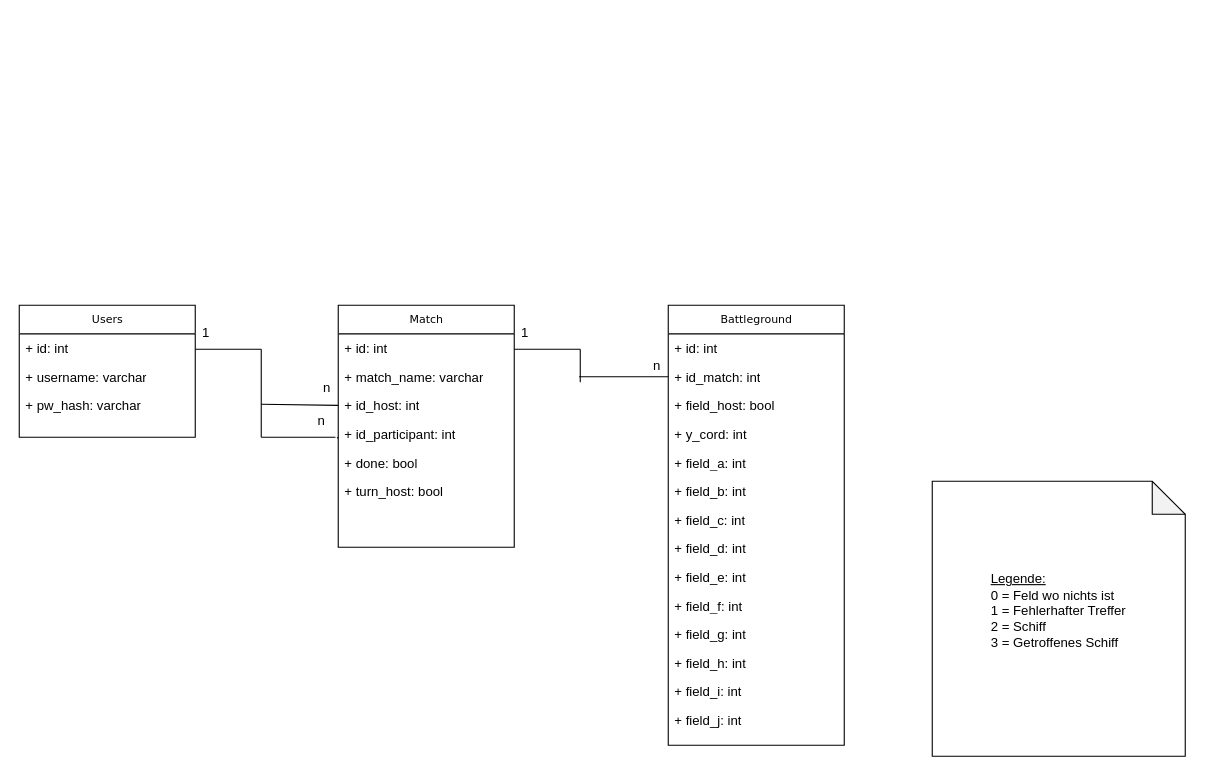
Above: Documentation/DB_Schema.drawio in t0xus/Battleship (draw.io), before the change. Source tidied: cells renumbered, new cells numbered last; positions are measured from the earlier drawing's top-left corner, leaving out a move shared by most shapes. Both pictures are drawn from the tidied source at 110%, with x=0, y=0 at pixel (19, 305).
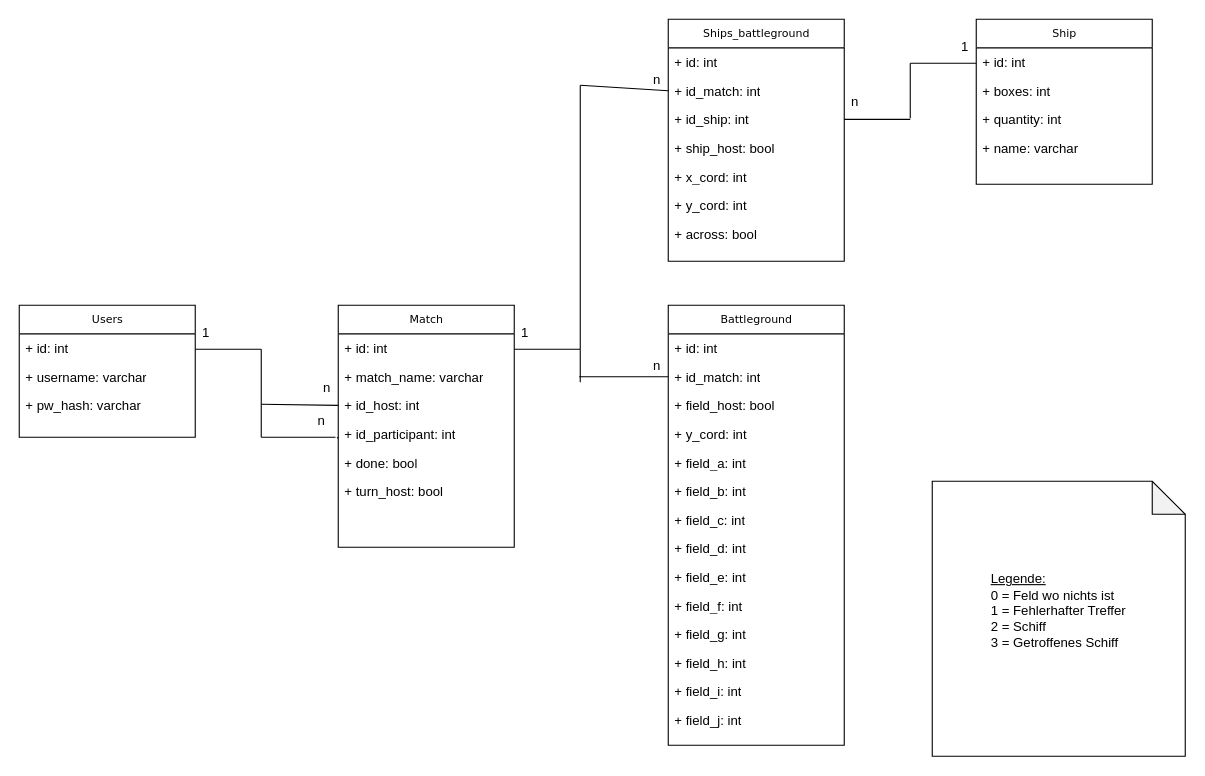
The same diagram, later.

Diff of the diagram source:
```diff
@@
+    <mxCell id="42" value="Ship" style="swimlane;html=1;fontStyle=0;horizontal=1;startSize=26;fillColor=none;swimlaneFillColor=#ffffff;rounded=0;shadow=0;comic=0;labelBackgroundColor=none;strokeWidth=1;fontFamily=Verdana;fontSize=10;align=center;" parent="1" vertex="1">
+      <mxGeometry x="870" y="-260" width="160" height="150" as="geometry" />
+    </mxCell>
+    <mxCell id="43" value="+ id: int" style="text;html=1;strokeColor=none;fillColor=none;align=left;verticalAlign=top;spacingLeft=4;spacingRight=4;whiteSpace=wrap;overflow=hidden;" parent="42" vertex="1">
+      <mxGeometry y="26" width="160" height="26" as="geometry" />
+    </mxCell>
+    <mxCell id="44" value="+ boxes: int" style="text;html=1;strokeColor=none;fillColor=none;align=left;verticalAlign=top;spacingLeft=4;spacingRight=4;whiteSpace=wrap;overflow=hidden;" parent="42" vertex="1">
+      <mxGeometry y="52" width="160" height="26" as="geometry" />
+    </mxCell>
+    <mxCell id="45" value="+ quantity: int" style="text;html=1;strokeColor=none;fillColor=none;align=left;verticalAlign=top;spacingLeft=4;spacingRight=4;whiteSpace=wrap;overflow=hidden;" parent="42" vertex="1">
+      <mxGeometry y="78" width="160" height="26" as="geometry" />
+    </mxCell>
+    <mxCell id="46" value="+ name: varchar" style="text;html=1;strokeColor=none;fillColor=none;align=left;verticalAlign=top;spacingLeft=4;spacingRight=4;whiteSpace=wrap;overflow=hidden;" parent="42" vertex="1">
+      <mxGeometry y="104" width="160" height="26" as="geometry" />
+    </mxCell>
+    <mxCell id="47" value="Ships_battleground" style="swimlane;html=1;fontStyle=0;horizontal=1;startSize=26;fillColor=none;swimlaneFillColor=#ffffff;rounded=0;shadow=0;comic=0;labelBackgroundColor=none;strokeWidth=1;fontFamily=Verdana;fontSize=10;align=center;" parent="1" vertex="1">
+      <mxGeometry x="590" y="-260" width="160" height="220" as="geometry" />
+    </mxCell>
+    <mxCell id="48" value="+ id: int" style="text;html=1;strokeColor=none;fillColor=none;align=left;verticalAlign=top;spacingLeft=4;spacingRight=4;whiteSpace=wrap;overflow=hidden;" parent="47" vertex="1">
+      <mxGeometry y="26" width="160" height="26" as="geometry" />
+    </mxCell>
+    <mxCell id="49" value="+ id_match: int" style="text;html=1;strokeColor=none;fillColor=none;align=left;verticalAlign=top;spacingLeft=4;spacingRight=4;whiteSpace=wrap;overflow=hidden;points=[[0,0.5],[1,0.5]];portConstraint=eastwest;" parent="47" vertex="1">
+      <mxGeometry y="52" width="160" height="26" as="geometry" />
+    </mxCell>
+    <mxCell id="50" value="+ id_ship: int" style="text;html=1;strokeColor=none;fillColor=none;align=left;verticalAlign=top;spacingLeft=4;spacingRight=4;whiteSpace=wrap;overflow=hidden;points=[[0,0.5],[1,0.5]];portConstraint=eastwest;" parent="47" vertex="1">
+      <mxGeometry y="78" width="160" height="26" as="geometry" />
+    </mxCell>
+    <mxCell id="51" value="+ ship_host: bool" style="text;html=1;strokeColor=none;fillColor=none;align=left;verticalAlign=top;spacingLeft=4;spacingRight=4;whiteSpace=wrap;overflow=hidden;" parent="47" vertex="1">
+      <mxGeometry y="104" width="160" height="26" as="geometry" />
+    </mxCell>
+    <mxCell id="52" value="+ x_cord: int" style="text;html=1;strokeColor=none;fillColor=none;align=left;verticalAlign=top;spacingLeft=4;spacingRight=4;whiteSpace=wrap;overflow=hidden;" parent="47" vertex="1">
+      <mxGeometry y="130" width="160" height="26" as="geometry" />
+    </mxCell>
+    <mxCell id="53" value="+ y_cord: int" style="text;html=1;strokeColor=none;fillColor=none;align=left;verticalAlign=top;spacingLeft=4;spacingRight=4;whiteSpace=wrap;overflow=hidden;" parent="47" vertex="1">
+      <mxGeometry y="156" width="160" height="26" as="geometry" />
+    </mxCell>
+    <mxCell id="54" value="+ across: bool" style="text;html=1;strokeColor=none;fillColor=none;align=left;verticalAlign=top;spacingLeft=4;spacingRight=4;whiteSpace=wrap;overflow=hidden;" parent="47" vertex="1">
+      <mxGeometry y="182" width="160" height="26" as="geometry" />
+    </mxCell>
+    <mxCell id="55" style="endArrow=none;html=1;rounded=0;" parent="1" edge="1">
+      <mxGeometry relative="1" as="geometry">
+        <mxPoint x="510" y="40" as="sourcePoint" />
+        <mxPoint x="510" y="-200" as="targetPoint" />
+      </mxGeometry>
+    </mxCell>
+    <mxCell id="56" style="endArrow=none;html=1;rounded=0;exitX=0;exitY=0.5;exitDx=0;exitDy=0;" parent="1" edge="1" source="49">
+      <mxGeometry relative="1" as="geometry">
+        <mxPoint x="510" y="-200" as="targetPoint" />
+      </mxGeometry>
+    </mxCell>
+    <mxCell id="57" value="n" style="text;html=1;whiteSpace=wrap;strokeColor=none;fillColor=none;align=center;verticalAlign=middle;rounded=0;" parent="1" vertex="1">
+      <mxGeometry x="550" y="-220" width="60" height="30" as="geometry" />
+    </mxCell>
+    <mxCell id="58" style="endArrow=none;html=1;rounded=0;" parent="1" edge="1">
+      <mxGeometry relative="1" as="geometry">
+        <mxPoint x="810" y="-220" as="sourcePoint" />
+        <mxPoint x="870" y="-220" as="targetPoint" />
+      </mxGeometry>
+    </mxCell>
+    <mxCell id="59" style="endArrow=none;html=1;rounded=0;" parent="1" edge="1">
+      <mxGeometry relative="1" as="geometry">
+        <mxPoint x="810" y="-170" as="sourcePoint" />
+        <mxPoint x="810" y="-220" as="targetPoint" />
+      </mxGeometry>
+    </mxCell>
+    <mxCell id="60" style="endArrow=none;html=1;rounded=0;exitX=1;exitY=0.5;exitDx=0;exitDy=0;" parent="1" edge="1" source="50">
+      <mxGeometry relative="1" as="geometry">
+        <mxPoint x="810" y="-169" as="targetPoint" />
+      </mxGeometry>
+    </mxCell>
+    <mxCell id="61" value="1" style="text;html=1;whiteSpace=wrap;strokeColor=none;fillColor=none;align=center;verticalAlign=middle;rounded=0;" parent="1" vertex="1">
+      <mxGeometry x="830" y="-250" width="60" height="30" as="geometry" />
+    </mxCell>
+    <mxCell id="62" value="n" style="text;html=1;whiteSpace=wrap;strokeColor=none;fillColor=none;align=center;verticalAlign=middle;rounded=0;" parent="1" vertex="1">
+      <mxGeometry x="730" y="-200" width="60" height="30" as="geometry" />
+    </mxCell>
```
